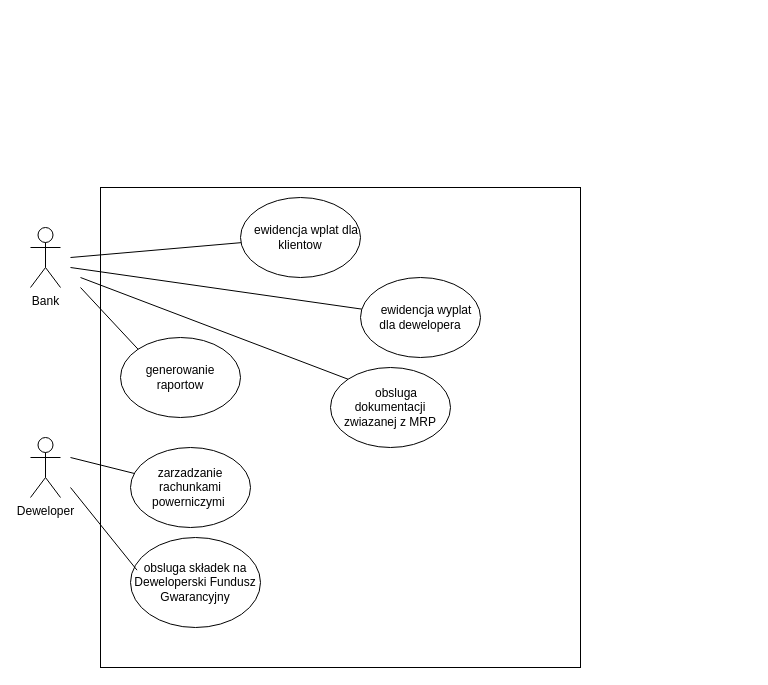
Above: Deweloper_Diagram_t2_analiza.drawio in NataliaShylina/inzyneria_oprogramowania_25 (draw.io), before the change. Source tidied: cells renumbered, new cells numbered last; positions are measured from the earlier drawing's top-left corner, leaving out a move shared by most shapes. Both pictures are drawn from the tidied source at 100%, with x=0, y=0 at pixel (30, 187).
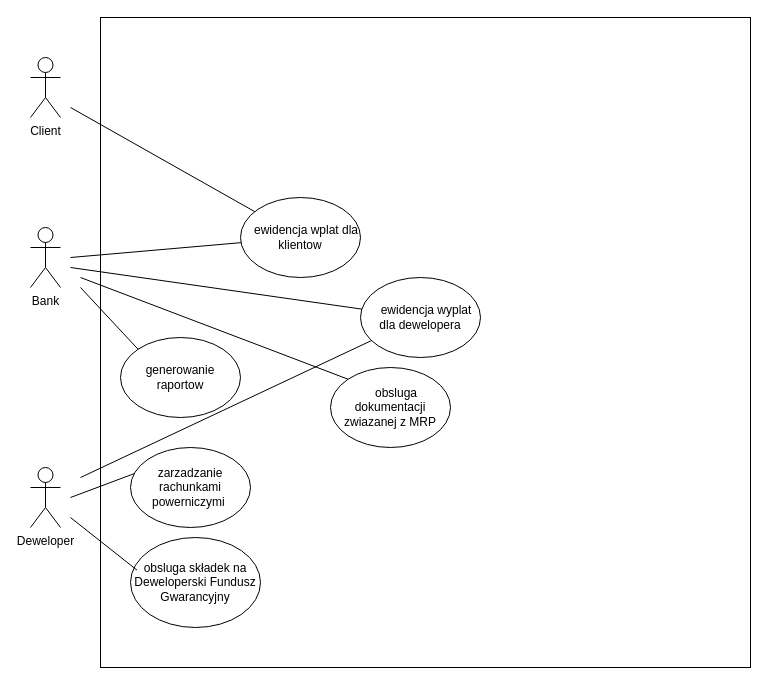
Above is the later version.

The change refers to these unchanged cells:
```xml
<mxCell id="5" value="&lt;span style=&quot;font-style: normal; font-variant-caps: normal; font-weight: 400; letter-spacing: normal; orphans: auto; text-align: start; text-indent: 0px; text-transform: none; white-space: normal; widows: auto; word-spacing: 0px; -webkit-text-stroke-width: 0px; text-decoration: none; caret-color: rgb(0, 0, 0); color: rgb(0, 0, 0); background-color: transparent;&quot;&gt; ewidencja wplat&lt;span class=&quot;Apple-converted-space&quot;&gt;&amp;nbsp;&lt;/span&gt;&lt;span class=&quot;ql-cursor&quot;&gt;&lt;/span&gt;dla klientow&lt;/span&gt;" style="ellipse;whiteSpace=wrap;html=1;" parent="1" vertex="1">
  <mxGeometry x="210" y="10" width="120" height="80" as="geometry" />
</mxCell>
<mxCell id="6" value="&lt;span style=&quot;font-style: normal; font-variant-caps: normal; font-weight: 400; letter-spacing: normal; orphans: auto; text-align: start; text-indent: 0px; text-transform: none; white-space: normal; widows: auto; word-spacing: 0px; -webkit-text-stroke-width: 0px; text-decoration: none; caret-color: rgb(0, 0, 0); color: rgb(0, 0, 0); background-color: transparent;&quot;&gt; ewidencja wyplat dla dewel&lt;span class=&quot;ql-cursor&quot;&gt;&lt;/span&gt;opera&lt;/span&gt;" style="ellipse;whiteSpace=wrap;html=1;" parent="1" vertex="1">
  <mxGeometry x="330" y="90" width="120" height="80" as="geometry" />
</mxCell>
<mxCell id="8" value="&lt;span style=&quot;text-align: start;&quot;&gt;zarzadzanie rachunk&lt;span class=&quot;ql-cursor&quot;&gt;&lt;/span&gt;ami powerniczymi&amp;nbsp;&lt;/span&gt;" style="ellipse;whiteSpace=wrap;html=1;" parent="1" vertex="1">
  <mxGeometry x="100" y="260" width="120" height="80" as="geometry" />
</mxCell>
<mxCell id="9" value="&lt;span style=&quot;text-align: start;&quot;&gt;obsluga składek na Deweloperski&amp;nbsp;&lt;span class=&quot;ql-cursor&quot;&gt;&lt;/span&gt;Fundusz Gwarancyjny&lt;/span&gt;" style="ellipse;whiteSpace=wrap;html=1;" parent="1" vertex="1">
  <mxGeometry x="100" y="350" width="130" height="90" as="geometry" />
</mxCell>
```

Diff of the diagram source:
```diff
@@
     <mxCell id="3" value="Deweloper" style="shape=umlActor;verticalLabelPosition=bottom;verticalAlign=top;html=1;" parent="1" vertex="1">
-      <mxGeometry y="250" width="30" height="60" as="geometry" />
+      <mxGeometry y="280" width="30" height="60" as="geometry" />
     </mxCell>
     <mxCell id="4" style="whiteSpace=wrap;html=1;" parent="1" vertex="1">
-      <mxGeometry x="70" width="480" height="480" as="geometry" />
+      <mxGeometry x="70" y="-170" width="650" height="650" as="geometry" />
     </mxCell>
@@
-    <mxCell id="13" style="endArrow=none;html=1;rounded=0;" parent="1" edge="1" target="8">
+    <mxCell id="13" style="endArrow=none;html=1;rounded=0;" parent="1" edge="1">
       <mxGeometry relative="1" as="geometry">
-        <mxPoint x="40" y="270" as="sourcePoint" />
+        <mxPoint x="40" y="310" as="sourcePoint" />
+        <mxPoint x="104" y="286" as="targetPoint" />
       </mxGeometry>
     </mxCell>
     <mxCell id="14" style="endArrow=none;html=1;rounded=0;entryX=0.05;entryY=0.363;entryDx=0;entryDy=0;entryPerimeter=0;" parent="1" edge="1" target="9">
       <mxGeometry relative="1" as="geometry">
-        <mxPoint x="40" y="300" as="sourcePoint" />
+        <mxPoint x="40" y="330" as="sourcePoint" />
       </mxGeometry>
     </mxCell>
@@
+    <mxCell id="17" value="Client" style="shape=umlActor;verticalLabelPosition=bottom;verticalAlign=top;html=1;" parent="1" vertex="1">
+      <mxGeometry y="-130" width="30" height="60" as="geometry" />
+    </mxCell>
+    <mxCell id="18" style="endArrow=none;html=1;rounded=0;" parent="1" edge="1" target="6">
+      <mxGeometry relative="1" as="geometry">
+        <mxPoint x="50" y="290" as="sourcePoint" />
+      </mxGeometry>
+    </mxCell>
+    <mxCell id="19" style="endArrow=none;html=1;rounded=0;" parent="1" edge="1" target="5">
+      <mxGeometry relative="1" as="geometry">
+        <mxPoint x="40" y="-80" as="sourcePoint" />
+      </mxGeometry>
+    </mxCell>
```
